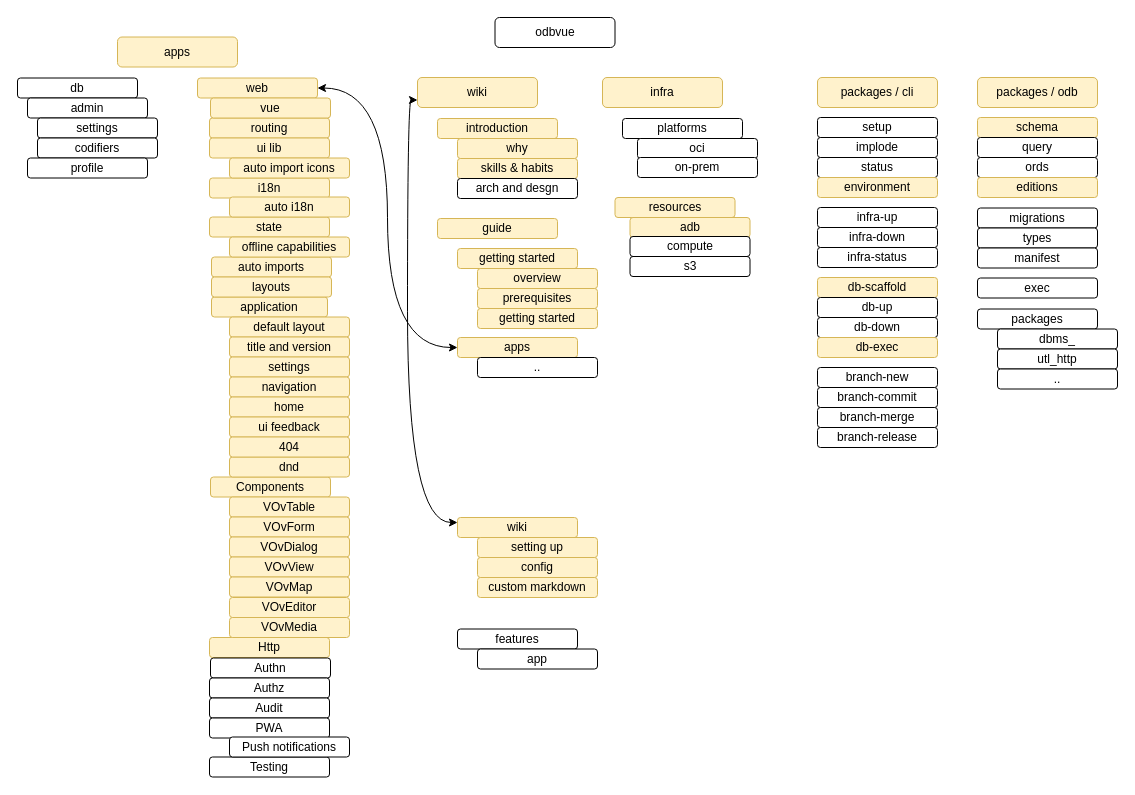
The draw.io diagram roadmap.drawio in odbvue/odbvue, before the edit. Source tidied: cells renumbered, new cells numbered last; positions are measured from the earlier drawing's top-left corner, leaving out a move shared by most shapes. Both pictures are drawn from the tidied source at 100%, with x=0, y=0 at pixel (17, 17).
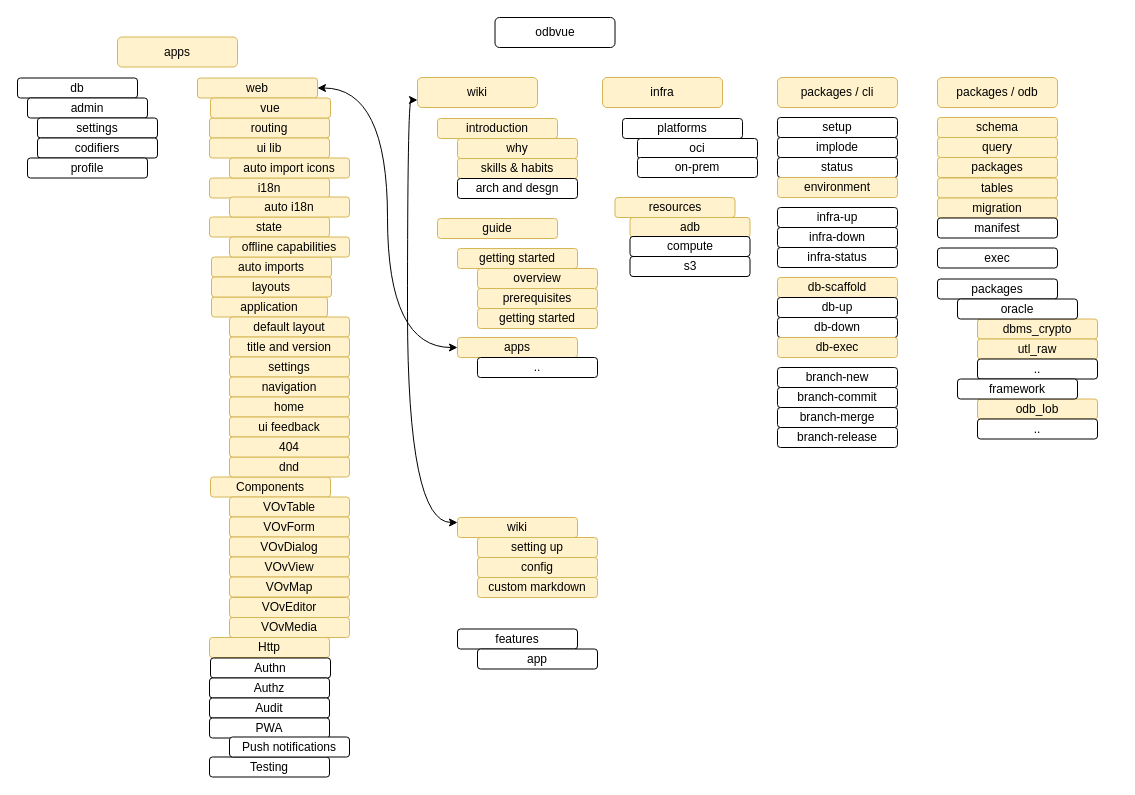
The same page after the edit.

What changed in the source:
```diff
@@
     <mxCell id="6" value="packages / cli" style="rounded=1;whiteSpace=wrap;html=1;fillColor=#fff2cc;strokeColor=#d6b656;" parent="1" vertex="1">
-      <mxGeometry x="800" y="60" width="120" height="30" as="geometry" />
+      <mxGeometry x="760" y="60" width="120" height="30" as="geometry" />
     </mxCell>
     <mxCell id="7" value="packages / odb" style="rounded=1;whiteSpace=wrap;html=1;fillColor=#fff2cc;strokeColor=#d6b656;" parent="1" vertex="1">
-      <mxGeometry x="960" y="60" width="120" height="30" as="geometry" />
+      <mxGeometry x="920" y="60" width="120" height="30" as="geometry" />
     </mxCell>
     <mxCell id="8" value="setup" style="rounded=1;whiteSpace=wrap;html=1;" parent="1" vertex="1">
-      <mxGeometry x="800" y="100" width="120" height="20" as="geometry" />
+      <mxGeometry x="760" y="100" width="120" height="20" as="geometry" />
     </mxCell>
     <mxCell id="9" value="implode" style="rounded=1;whiteSpace=wrap;html=1;" parent="1" vertex="1">
-      <mxGeometry x="800" y="120" width="120" height="20" as="geometry" />
+      <mxGeometry x="760" y="120" width="120" height="20" as="geometry" />
     </mxCell>
     <mxCell id="10" value="status" style="rounded=1;whiteSpace=wrap;html=1;" parent="1" vertex="1">
-      <mxGeometry x="800" y="140" width="120" height="20" as="geometry" />
+      <mxGeometry x="760" y="140" width="120" height="20" as="geometry" />
     </mxCell>
     <mxCell id="11" value="infra-up" style="rounded=1;whiteSpace=wrap;html=1;" parent="1" vertex="1">
-      <mxGeometry x="800" y="190" width="120" height="20" as="geometry" />
+      <mxGeometry x="760" y="190" width="120" height="20" as="geometry" />
     </mxCell>
     <mxCell id="12" value="infra-down" style="rounded=1;whiteSpace=wrap;html=1;" parent="1" vertex="1">
-      <mxGeometry x="800" y="210" width="120" height="20" as="geometry" />
+      <mxGeometry x="760" y="210" width="120" height="20" as="geometry" />
     </mxCell>
     <mxCell id="13" value="infra-status" style="rounded=1;whiteSpace=wrap;html=1;" parent="1" vertex="1">
-      <mxGeometry x="800" y="230" width="120" height="20" as="geometry" />
+      <mxGeometry x="760" y="230" width="120" height="20" as="geometry" />
     </mxCell>
     <mxCell id="14" value="db-scaffold" style="rounded=1;whiteSpace=wrap;html=1;fillColor=#fff2cc;strokeColor=#d6b656;" parent="1" vertex="1">
-      <mxGeometry x="800" y="260" width="120" height="20" as="geometry" />
+      <mxGeometry x="760" y="260" width="120" height="20" as="geometry" />
     </mxCell>
     <mxCell id="15" value="db-up" style="rounded=1;whiteSpace=wrap;html=1;" parent="1" vertex="1">
-      <mxGeometry x="800" y="280" width="120" height="20" as="geometry" />
+      <mxGeometry x="760" y="280" width="120" height="20" as="geometry" />
     </mxCell>
     <mxCell id="16" value="db-down" style="rounded=1;whiteSpace=wrap;html=1;" parent="1" vertex="1">
-      <mxGeometry x="800" y="300" width="120" height="20" as="geometry" />
+      <mxGeometry x="760" y="300" width="120" height="20" as="geometry" />
     </mxCell>
     <mxCell id="17" value="environment" style="rounded=1;whiteSpace=wrap;html=1;fillColor=#fff2cc;strokeColor=#d6b656;" parent="1" vertex="1">
-      <mxGeometry x="800" y="160" width="120" height="20" as="geometry" />
+      <mxGeometry x="760" y="160" width="120" height="20" as="geometry" />
     </mxCell>
     <mxCell id="18" value="db-exec" style="rounded=1;whiteSpace=wrap;html=1;fillColor=#fff2cc;strokeColor=#d6b656;" parent="1" vertex="1">
-      <mxGeometry x="800" y="320" width="120" height="20" as="geometry" />
+      <mxGeometry x="760" y="320" width="120" height="20" as="geometry" />
     </mxCell>
     <mxCell id="19" value="branch-new" style="rounded=1;whiteSpace=wrap;html=1;" parent="1" vertex="1">
-      <mxGeometry x="800" y="350" width="120" height="20" as="geometry" />
+      <mxGeometry x="760" y="350" width="120" height="20" as="geometry" />
     </mxCell>
     <mxCell id="20" value="branch-commit" style="rounded=1;whiteSpace=wrap;html=1;" parent="1" vertex="1">
-      <mxGeometry x="800" y="370" width="120" height="20" as="geometry" />
+      <mxGeometry x="760" y="370" width="120" height="20" as="geometry" />
     </mxCell>
     <mxCell id="21" value="branch-merge" style="rounded=1;whiteSpace=wrap;html=1;" parent="1" vertex="1">
-      <mxGeometry x="800" y="390" width="120" height="20" as="geometry" />
+      <mxGeometry x="760" y="390" width="120" height="20" as="geometry" />
     </mxCell>
     <mxCell id="22" value="branch-release" style="rounded=1;whiteSpace=wrap;html=1;" parent="1" vertex="1">
-      <mxGeometry x="800" y="410" width="120" height="20" as="geometry" />
+      <mxGeometry x="760" y="410" width="120" height="20" as="geometry" />
     </mxCell>
     <mxCell id="23" value="schema" style="rounded=1;whiteSpace=wrap;html=1;fillColor=#fff2cc;strokeColor=#d6b656;" parent="1" vertex="1">
-      <mxGeometry x="960" y="100" width="120" height="20" as="geometry" />
+      <mxGeometry x="920" y="100" width="120" height="20" as="geometry" />
     </mxCell>
-    <mxCell id="24" value="query" style="rounded=1;whiteSpace=wrap;html=1;" parent="1" vertex="1">
-      <mxGeometry x="960" y="120" width="120" height="20" as="geometry" />
+    <mxCell id="24" value="query" style="rounded=1;whiteSpace=wrap;html=1;fillColor=#fff2cc;strokeColor=#d6b656;" parent="1" vertex="1">
+      <mxGeometry x="920" y="120" width="120" height="20" as="geometry" />
     </mxCell>
     <mxCell id="25" value="packages" style="rounded=1;whiteSpace=wrap;html=1;" parent="1" vertex="1">
-      <mxGeometry x="960" y="291.5" width="120" height="20" as="geometry" />
+      <mxGeometry x="920" y="261.5" width="120" height="20" as="geometry" />
     </mxCell>
-    <mxCell id="26" value="migrations" style="rounded=1;whiteSpace=wrap;html=1;" parent="1" vertex="1">
-      <mxGeometry x="960" y="190.5" width="120" height="20" as="geometry" />
+    <mxCell id="26" value="tables" style="rounded=1;whiteSpace=wrap;html=1;fillColor=#fff2cc;strokeColor=#d6b656;" parent="1" vertex="1">
+      <mxGeometry x="920" y="160.5" width="120" height="20" as="geometry" />
     </mxCell>
-    <mxCell id="27" value="types" style="rounded=1;whiteSpace=wrap;html=1;" parent="1" vertex="1">
-      <mxGeometry x="960" y="210.5" width="120" height="20" as="geometry" />
+    <mxCell id="27" value="migration" style="rounded=1;whiteSpace=wrap;html=1;fillColor=#fff2cc;strokeColor=#d6b656;" parent="1" vertex="1">
+      <mxGeometry x="920" y="180.5" width="120" height="20" as="geometry" />
     </mxCell>
     <mxCell id="28" value="manifest" style="rounded=1;whiteSpace=wrap;html=1;" parent="1" vertex="1">
-      <mxGeometry x="960" y="230.5" width="120" height="20" as="geometry" />
+      <mxGeometry x="920" y="200.5" width="120" height="20" as="geometry" />
     </mxCell>
-    <mxCell id="29" value="ords" style="rounded=1;whiteSpace=wrap;html=1;" parent="1" vertex="1">
-      <mxGeometry x="960" y="140" width="120" height="20" as="geometry" />
+    <mxCell id="29" value="packages" style="rounded=1;whiteSpace=wrap;html=1;fillColor=#fff2cc;strokeColor=#d6b656;" parent="1" vertex="1">
+      <mxGeometry x="920" y="140" width="120" height="20" as="geometry" />
     </mxCell>
     <mxCell id="30" value="exec" style="rounded=1;whiteSpace=wrap;html=1;" parent="1" vertex="1">
-      <mxGeometry x="960" y="260.5" width="120" height="20" as="geometry" />
+      <mxGeometry x="920" y="230.5" width="120" height="20" as="geometry" />
     </mxCell>
-    <mxCell id="31" value="dbms_" style="rounded=1;whiteSpace=wrap;html=1;" parent="1" vertex="1">
-      <mxGeometry x="980" y="311.5" width="120" height="20" as="geometry" />
+    <mxCell id="31" value="dbms_crypto" style="rounded=1;whiteSpace=wrap;html=1;fillColor=#fff2cc;strokeColor=#d6b656;" parent="1" vertex="1">
+      <mxGeometry x="960" y="301.5" width="120" height="20" as="geometry" />
     </mxCell>
-    <mxCell id="32" value="utl_http" style="rounded=1;whiteSpace=wrap;html=1;" parent="1" vertex="1">
-      <mxGeometry x="980" y="331.5" width="120" height="20" as="geometry" />
+    <mxCell id="32" value="utl_raw" style="rounded=1;whiteSpace=wrap;html=1;fillColor=#fff2cc;strokeColor=#d6b656;" parent="1" vertex="1">
+      <mxGeometry x="960" y="321.5" width="120" height="20" as="geometry" />
     </mxCell>
     <mxCell id="33" value=".." style="rounded=1;whiteSpace=wrap;html=1;" parent="1" vertex="1">
-      <mxGeometry x="980" y="351.5" width="120" height="20" as="geometry" />
+      <mxGeometry x="960" y="341.5" width="120" height="20" as="geometry" />
     </mxCell>
@@
-    <mxCell id="100" value="editions" style="rounded=1;whiteSpace=wrap;html=1;fillColor=#fff2cc;strokeColor=#d6b656;" parent="1" vertex="1">
-      <mxGeometry x="960" y="160" width="120" height="20" as="geometry" />
-    </mxCell>
+    <mxCell id="101" value="oracle" style="rounded=1;whiteSpace=wrap;html=1;" parent="1" vertex="1">
+      <mxGeometry x="940" y="281.5" width="120" height="20" as="geometry" />
+    </mxCell>
+    <mxCell id="102" value="odb_lob" style="rounded=1;whiteSpace=wrap;html=1;fillColor=#fff2cc;strokeColor=#d6b656;" parent="1" vertex="1">
+      <mxGeometry x="960" y="381.5" width="120" height="20" as="geometry" />
+    </mxCell>
+    <mxCell id="103" value=".." style="rounded=1;whiteSpace=wrap;html=1;" parent="1" vertex="1">
+      <mxGeometry x="960" y="401.5" width="120" height="20" as="geometry" />
+    </mxCell>
+    <mxCell id="104" value="framework" style="rounded=1;whiteSpace=wrap;html=1;" parent="1" vertex="1">
+      <mxGeometry x="940" y="361.5" width="120" height="20" as="geometry" />
+    </mxCell>
```
